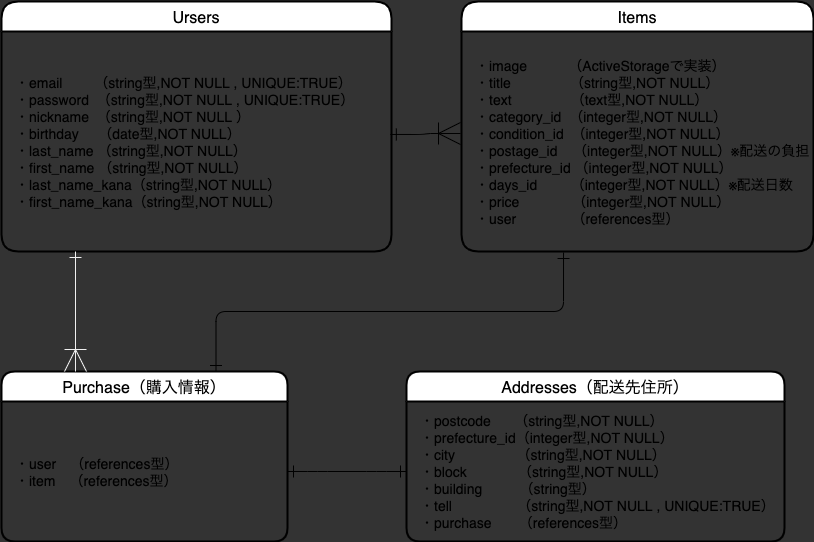
Earlier version of the draw.io export furima.drawio.png (misato-yabe/furima-32068). Source tidied: cells renumbered, new cells last; positions are measured from the earlier drawing's top-left corner, leaving out a move shared by most shapes.
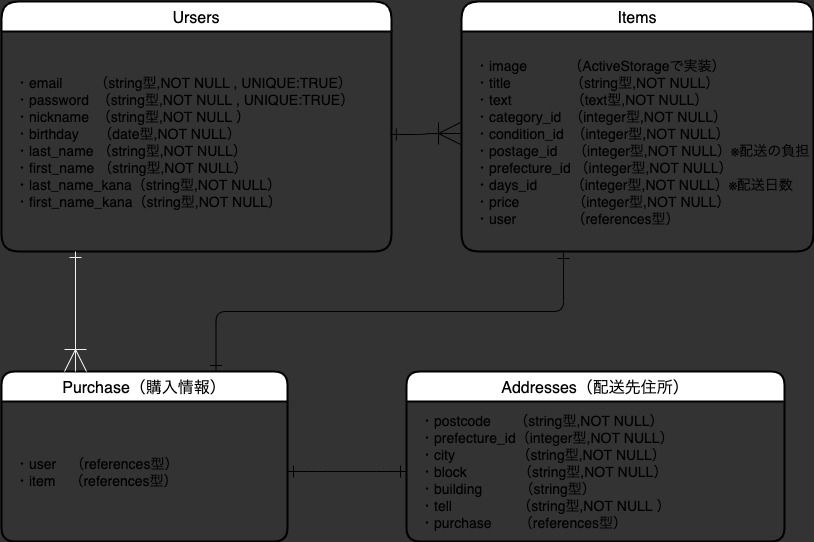
After the change.

The edit, as a diff of the source:
```diff
@@ -49,7 +49,7 @@
     <mxCell id="12" value="Addresses（配送先住所）" style="swimlane;horizontal=1;startSize=30;rounded=1;fontSize=16;fontStyle=0;strokeWidth=2;shadow=0;dashed=0;align=center;" parent="1" vertex="1">
       <mxGeometry x="405" y="370" width="378" height="170" as="geometry" />
     </mxCell>
-    <mxCell id="13" value="・postcode      （string型,NOT NULL）&#10;・prefecture_id（integer型,NOT NULL）&#10;・city　　　     （string型,NOT NULL）&#10;・block　　      （string型,NOT NULL）&#10;・building　      （string型）&#10;・tell　　　      （string型,NOT NULL , UNIQUE:TRUE）&#10;・purchase       （references型）" style="align=left;strokeColor=none;fillColor=none;spacingLeft=4;fontSize=14;verticalAlign=middle;labelBackgroundColor=none;labelBorderColor=none;spacing=10;" parent="12" vertex="1">
+    <mxCell id="13" value="・postcode      （string型,NOT NULL）&#10;・prefecture_id（integer型,NOT NULL）&#10;・city　　　     （string型,NOT NULL）&#10;・block　　      （string型,NOT NULL）&#10;・building　      （string型）&#10;・tell　　　      （string型,NOT NULL ）&#10;・purchase       （references型）" style="align=left;strokeColor=none;fillColor=none;spacingLeft=4;fontSize=14;verticalAlign=middle;labelBackgroundColor=none;labelBorderColor=none;spacing=10;" parent="12" vertex="1">
       <mxGeometry y="30" width="378" height="140" as="geometry" />
     </mxCell>
   </root>
```
